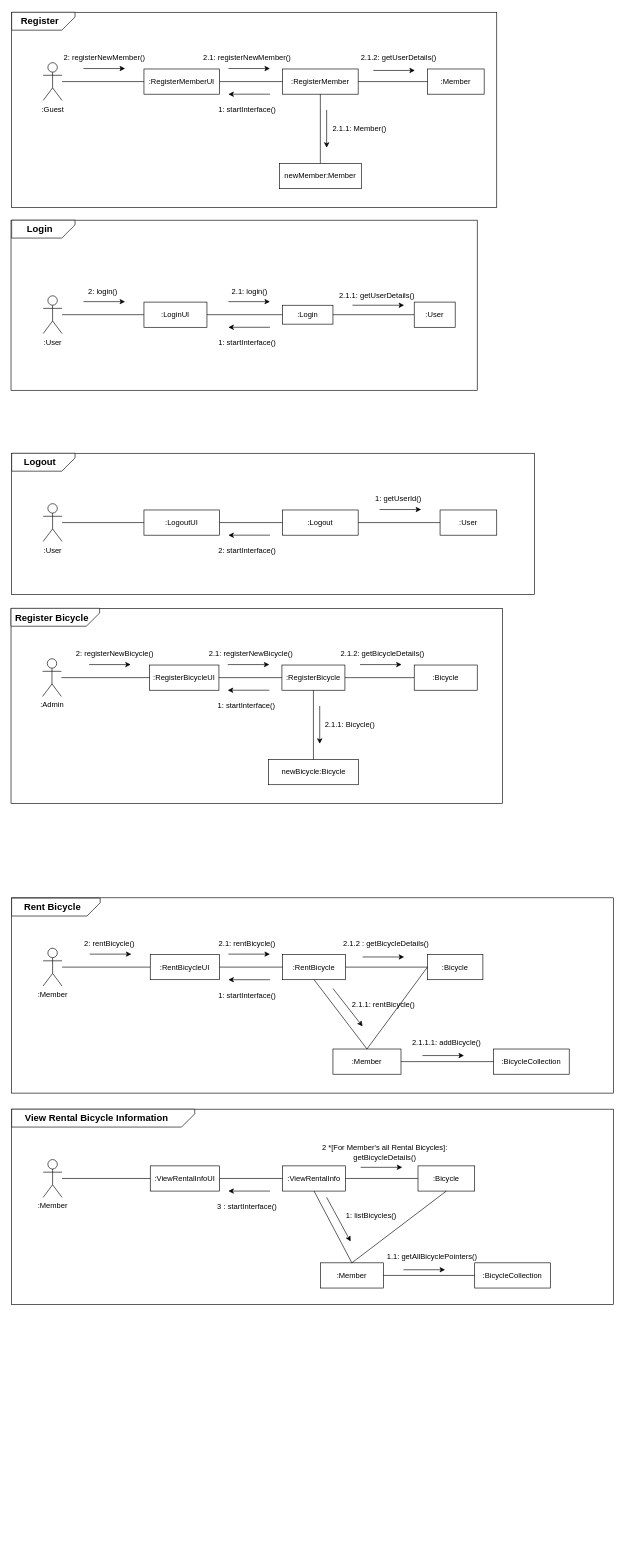
Earlier version of the draw.io diagram Communication_Diagram.drawio (MODUGGAGI/homework). Source tidied: cells renumbered, new cells numbered last; positions are measured from the earlier drawing's top-left corner, leaving out a move shared by most shapes. Both pictures are drawn from the tidied source at 63%, with x=0, y=0 at pixel (11, -11).
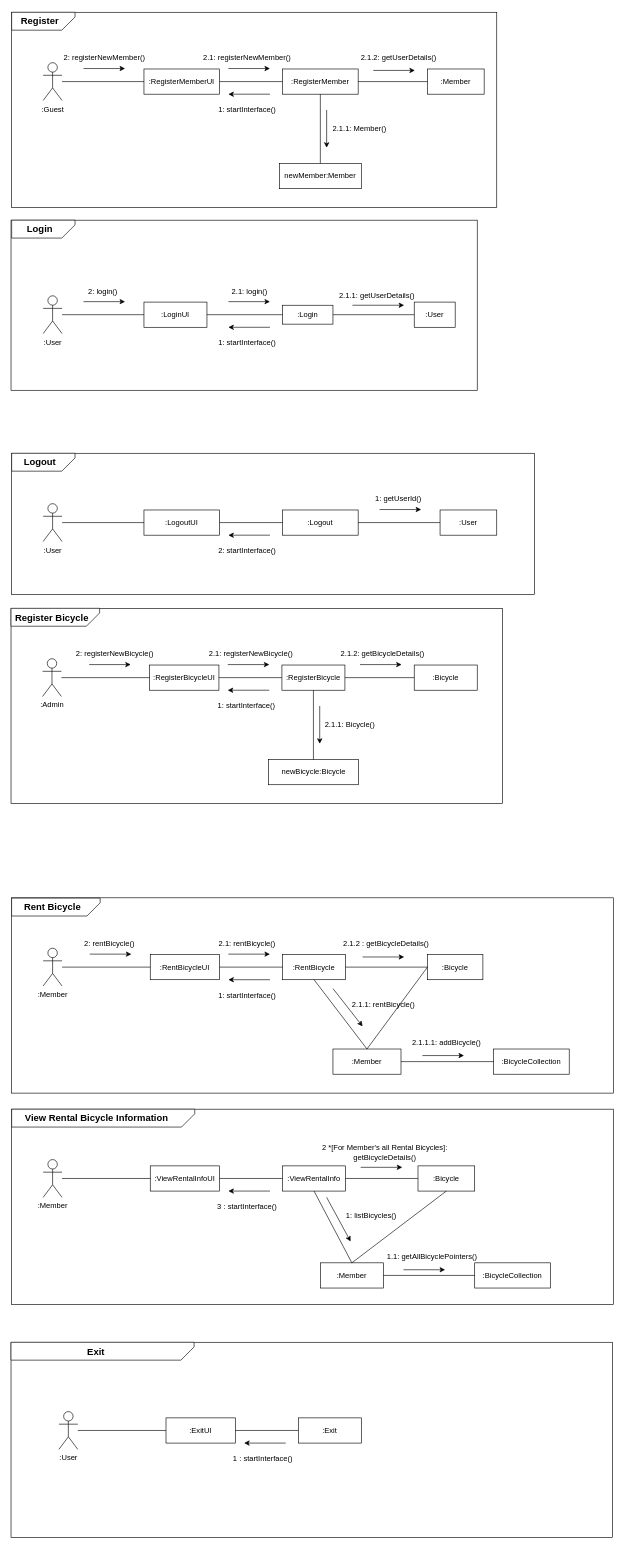
After the change.

Diff of the diagram source:
```diff
@@
+    <mxCell id="131" style="rounded=0;whiteSpace=wrap;html=1;" parent="1" vertex="1">
+      <mxGeometry y="2147.1" width="955" height="310" as="geometry" />
+    </mxCell>
+    <mxCell id="132" value=":User" style="shape=umlActor;verticalLabelPosition=bottom;verticalAlign=top;html=1;outlineConnect=0;" parent="1" vertex="1">
+      <mxGeometry x="76" y="2257.1" width="30" height="60" as="geometry" />
+    </mxCell>
+    <mxCell id="133" value=":ExitUI" style="rounded=0;whiteSpace=wrap;html=1;" parent="1" vertex="1">
+      <mxGeometry x="246" y="2267.1" width="110" height="40" as="geometry" />
+    </mxCell>
+    <mxCell id="134" value=":Exit" style="rounded=0;whiteSpace=wrap;html=1;" parent="1" vertex="1">
+      <mxGeometry x="456" y="2267.1" width="100" height="40" as="geometry" />
+    </mxCell>
+    <mxCell id="135" style="endArrow=none;html=1;rounded=0;exitX=1;exitY=0.5;exitDx=0;exitDy=0;entryX=0;entryY=0.5;entryDx=0;entryDy=0;" parent="1" edge="1" source="133" target="134">
+      <mxGeometry relative="1" as="geometry" />
+    </mxCell>
+    <mxCell id="136" style="endArrow=none;html=1;rounded=0;entryX=0;entryY=0.5;entryDx=0;entryDy=0;" parent="1" edge="1" source="132" target="133">
+      <mxGeometry relative="1" as="geometry" />
+    </mxCell>
+    <mxCell id="137" style="endArrow=classic;html=1;rounded=0;" parent="1" edge="1">
+      <mxGeometry relative="1" as="geometry">
+        <mxPoint x="436" y="2307.1" as="sourcePoint" />
+        <mxPoint x="370" y="2307.1" as="targetPoint" />
+      </mxGeometry>
+    </mxCell>
+    <mxCell id="138" style="shape=card;whiteSpace=wrap;html=1;rotation=90;direction=south;size=21;" parent="1" vertex="1">
+      <mxGeometry x="131.1" y="2016" width="28.4" height="290.6" as="geometry" />
+    </mxCell>
+    <mxCell id="139" value="&lt;span style=&quot;font-size: 15px;&quot;&gt;&lt;b&gt;Exit&lt;/b&gt;&lt;/span&gt;" style="text;html=1;align=center;verticalAlign=middle;whiteSpace=wrap;rounded=0;" parent="1" vertex="1">
+      <mxGeometry y="2146.3" width="270" height="30" as="geometry" />
+    </mxCell>
+    <mxCell id="140" value="1 : startInterface()" style="text;html=1;align=center;verticalAlign=middle;whiteSpace=wrap;rounded=0;" parent="1" vertex="1">
+      <mxGeometry x="340" y="2317.1" width="120" height="30" as="geometry" />
+    </mxCell>
```
